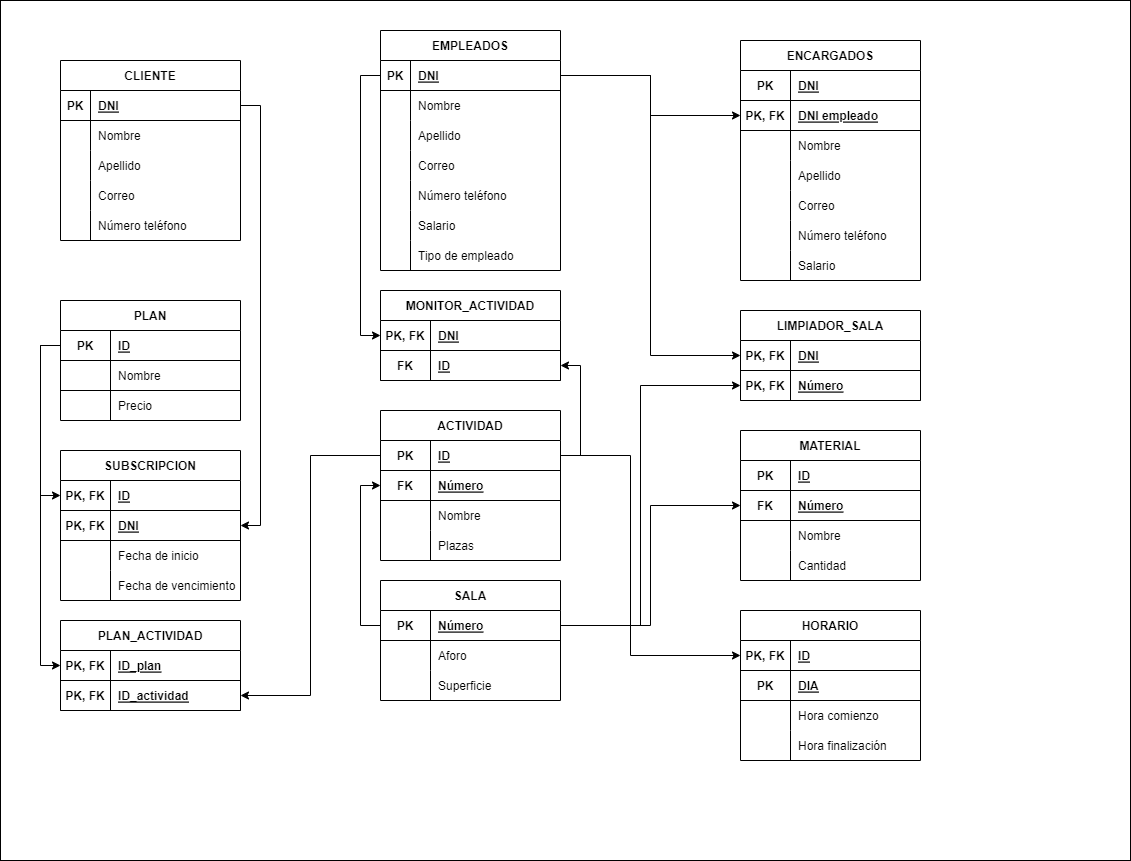
The draw.io diagram img/ModeloRelacional.png in JoseOrlandoNinaOrellana/ADBD-Proyecto, before a commit. Source tidied: cells renumbered, new cells last; positions are measured from the earlier drawing's top-left corner, leaving out a move shared by most shapes.
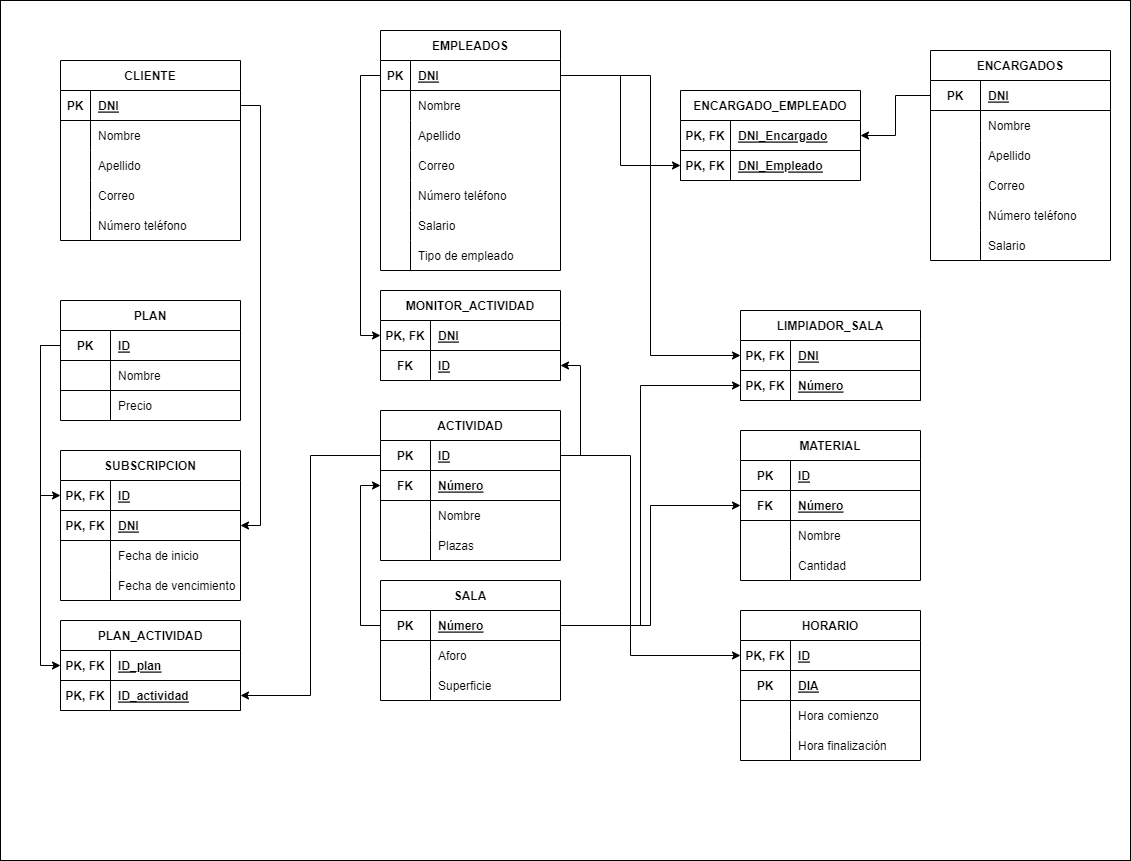
The same file after the commit.

Commit message:
Cambiar modelo ER y relacional

Change to the diagram source:
```diff
@@ -78,7 +78,7 @@
       <mxGeometry width="30" height="30" as="geometry" />
     </mxCell>
     <mxCell id="27" value="ENCARGADOS" style="shape=table;startSize=30;rowLines=0;fontStyle=1;align=center;" parent="1" vertex="1">
-      <mxGeometry x="740" y="40" width="180" height="240" as="geometry" />
+      <mxGeometry x="930" y="50" width="180" height="210" as="geometry" />
     </mxCell>
     <mxCell id="28" style="shape=tableRow;horizontal=0;startSize=0;swimlaneHead=0;swimlaneBody=0;fillColor=none;points=[[0,0.5],[1,0.5]];portConstraint=eastwest;top=0;left=0;right=0;bottom=1;" parent="27" vertex="1">
       <mxGeometry y="30" width="180" height="30" as="geometry" />
@@ -89,17 +89,8 @@
     <mxCell id="30" value="DNI" style="shape=partialRectangle;fillColor=none;top=0;left=0;bottom=0;right=0;align=left;spacingLeft=6;fontStyle=5;overflow=hidden;" parent="28" vertex="1">
       <mxGeometry x="50" width="130" height="30" as="geometry" />
     </mxCell>
-    <mxCell id="31" style="shape=tableRow;horizontal=0;startSize=0;swimlaneHead=0;swimlaneBody=0;fillColor=none;points=[[0,0.5],[1,0.5]];portConstraint=eastwest;top=0;left=0;right=0;bottom=1;" parent="27" vertex="1">
-      <mxGeometry y="60" width="180" height="30" as="geometry" />
-    </mxCell>
-    <mxCell id="32" value="PK, FK" style="shape=partialRectangle;fillColor=none;top=0;left=0;bottom=0;right=0;fontStyle=1;overflow=hidden;" parent="31" vertex="1">
-      <mxGeometry width="50" height="30" as="geometry" />
-    </mxCell>
-    <mxCell id="33" value="DNI empleado" style="shape=partialRectangle;fillColor=none;top=0;left=0;bottom=0;right=0;align=left;spacingLeft=6;fontStyle=5;overflow=hidden;" parent="31" vertex="1">
-      <mxGeometry x="50" width="130" height="30" as="geometry" />
-    </mxCell>
     <mxCell id="34" style="shape=tableRow;horizontal=0;startSize=0;swimlaneHead=0;swimlaneBody=0;fillColor=none;top=0;left=0;right=0;bottom=0;" parent="27" vertex="1">
-      <mxGeometry y="90" width="180" height="30" as="geometry" />
+      <mxGeometry y="60" width="180" height="30" as="geometry" />
     </mxCell>
     <mxCell id="35" style="shape=partialRectangle;fillColor=none;top=0;left=0;bottom=0;right=0;overflow=hidden;" parent="34" vertex="1">
       <mxGeometry width="50" height="30" as="geometry" />
@@ -108,7 +99,7 @@
       <mxGeometry x="50" width="130" height="30" as="geometry" />
     </mxCell>
     <mxCell id="37" style="shape=tableRow;horizontal=0;startSize=0;swimlaneHead=0;swimlaneBody=0;fillColor=none;top=0;left=0;right=0;bottom=0;" parent="27" vertex="1">
-      <mxGeometry y="120" width="180" height="30" as="geometry" />
+      <mxGeometry y="90" width="180" height="30" as="geometry" />
     </mxCell>
     <mxCell id="38" style="shape=partialRectangle;fillColor=none;top=0;left=0;bottom=0;right=0;overflow=hidden;" parent="37" vertex="1">
       <mxGeometry width="50" height="30" as="geometry" />
@@ -117,7 +108,7 @@
       <mxGeometry x="50" width="130" height="30" as="geometry" />
     </mxCell>
     <mxCell id="40" style="shape=tableRow;horizontal=0;startSize=0;swimlaneHead=0;swimlaneBody=0;fillColor=none;top=0;left=0;right=0;bottom=0;" parent="27" vertex="1">
-      <mxGeometry y="150" width="180" height="30" as="geometry" />
+      <mxGeometry y="120" width="180" height="30" as="geometry" />
     </mxCell>
     <mxCell id="41" style="shape=partialRectangle;fillColor=none;top=0;left=0;bottom=0;right=0;overflow=hidden;" parent="40" vertex="1">
       <mxGeometry width="50" height="30" as="geometry" />
@@ -126,7 +117,7 @@
       <mxGeometry x="50" width="130" height="30" as="geometry" />
     </mxCell>
     <mxCell id="43" style="shape=tableRow;horizontal=0;startSize=0;swimlaneHead=0;swimlaneBody=0;fillColor=none;top=0;left=0;right=0;bottom=0;" parent="27" vertex="1">
-      <mxGeometry y="180" width="180" height="30" as="geometry" />
+      <mxGeometry y="150" width="180" height="30" as="geometry" />
     </mxCell>
     <mxCell id="44" style="shape=partialRectangle;fillColor=none;top=0;left=0;bottom=0;right=0;overflow=hidden;" parent="43" vertex="1">
       <mxGeometry width="50" height="30" as="geometry" />
@@ -135,7 +126,7 @@
       <mxGeometry x="50" width="130" height="30" as="geometry" />
     </mxCell>
     <mxCell id="46" style="shape=tableRow;horizontal=0;startSize=0;swimlaneHead=0;swimlaneBody=0;fillColor=none;top=0;left=0;right=0;bottom=0;" parent="27" vertex="1">
-      <mxGeometry y="210" width="180" height="30" as="geometry" />
+      <mxGeometry y="180" width="180" height="30" as="geometry" />
     </mxCell>
     <mxCell id="47" style="shape=partialRectangle;fillColor=none;top=0;left=0;bottom=0;right=0;overflow=hidden;" parent="46" vertex="1">
       <mxGeometry width="50" height="30" as="geometry" />
@@ -470,9 +461,6 @@
     <mxCell id="157" value="Hora finalización" style="shape=partialRectangle;fillColor=none;top=0;left=0;bottom=0;right=0;align=left;spacingLeft=6;overflow=hidden;" parent="155" vertex="1">
       <mxGeometry x="50" width="130" height="30" as="geometry" />
     </mxCell>
-    <mxCell id="158" style="edgeStyle=orthogonalEdgeStyle;rounded=0;jettySize=auto;html=1;exitX=1;exitY=0.5;exitDx=0;exitDy=0;entryX=0;entryY=0.5;entryDx=0;entryDy=0;" parent="1" edge="1" source="4" target="31">
-      <mxGeometry relative="1" as="geometry" />
-    </mxCell>
     <mxCell id="159" style="edgeStyle=orthogonalEdgeStyle;rounded=0;jettySize=auto;html=1;exitX=0;exitY=0.5;exitDx=0;exitDy=0;entryX=0;entryY=0.5;entryDx=0;entryDy=0;" parent="1" edge="1" source="63" target="49">
       <mxGeometry relative="1" as="geometry" />
     </mxCell>
@@ -516,5 +504,32 @@
         </Array>
       </mxGeometry>
     </mxCell>
+    <mxCell id="170" value="ENCARGADO_EMPLEADO" style="shape=table;startSize=30;rowLines=0;fontStyle=1;align=center;" parent="1" vertex="1">
+      <mxGeometry x="680" y="90" width="180" height="90" as="geometry" />
+    </mxCell>
+    <mxCell id="171" style="shape=tableRow;horizontal=0;startSize=0;swimlaneHead=0;swimlaneBody=0;fillColor=none;points=[[0,0.5],[1,0.5]];portConstraint=eastwest;top=0;left=0;right=0;bottom=1;" parent="170" vertex="1">
+      <mxGeometry y="30" width="180" height="30" as="geometry" />
+    </mxCell>
+    <mxCell id="172" value="PK, FK" style="shape=partialRectangle;fillColor=none;top=0;left=0;bottom=0;right=0;fontStyle=1;overflow=hidden;" parent="171" vertex="1">
+      <mxGeometry width="50" height="30" as="geometry" />
+    </mxCell>
+    <mxCell id="173" value="DNI_Encargado" style="shape=partialRectangle;fillColor=none;top=0;left=0;bottom=0;right=0;align=left;spacingLeft=6;fontStyle=5;overflow=hidden;" parent="171" vertex="1">
+      <mxGeometry x="50" width="130" height="30" as="geometry" />
+    </mxCell>
+    <mxCell id="31" style="shape=tableRow;horizontal=0;startSize=0;swimlaneHead=0;swimlaneBody=0;fillColor=none;points=[[0,0.5],[1,0.5]];portConstraint=eastwest;top=0;left=0;right=0;bottom=1;" parent="170" vertex="1">
+      <mxGeometry y="60" width="180" height="30" as="geometry" />
+    </mxCell>
+    <mxCell id="174" value="PK, FK" style="shape=partialRectangle;fillColor=none;top=0;left=0;bottom=0;right=0;fontStyle=1;overflow=hidden;" parent="31" vertex="1">
+      <mxGeometry width="50" height="30" as="geometry" />
+    </mxCell>
+    <mxCell id="175" value="DNI_Empleado" style="shape=partialRectangle;fillColor=none;top=0;left=0;bottom=0;right=0;align=left;spacingLeft=6;fontStyle=5;overflow=hidden;" parent="31" vertex="1">
+      <mxGeometry x="50" width="130" height="30" as="geometry" />
+    </mxCell>
+    <mxCell id="176" style="edgeStyle=orthogonalEdgeStyle;rounded=0;jettySize=auto;html=1;exitX=0;exitY=0.5;exitDx=0;exitDy=0;entryX=1;entryY=0.5;entryDx=0;entryDy=0;" parent="1" edge="1" source="28" target="171">
+      <mxGeometry relative="1" as="geometry" />
+    </mxCell>
+    <mxCell id="158" style="edgeStyle=orthogonalEdgeStyle;rounded=0;jettySize=auto;html=1;entryX=0;entryY=0.5;entryDx=0;entryDy=0;" parent="1" edge="1" source="4" target="31">
+      <mxGeometry relative="1" as="geometry" />
+    </mxCell>
   </root>
 </mxGraphModel>
```
